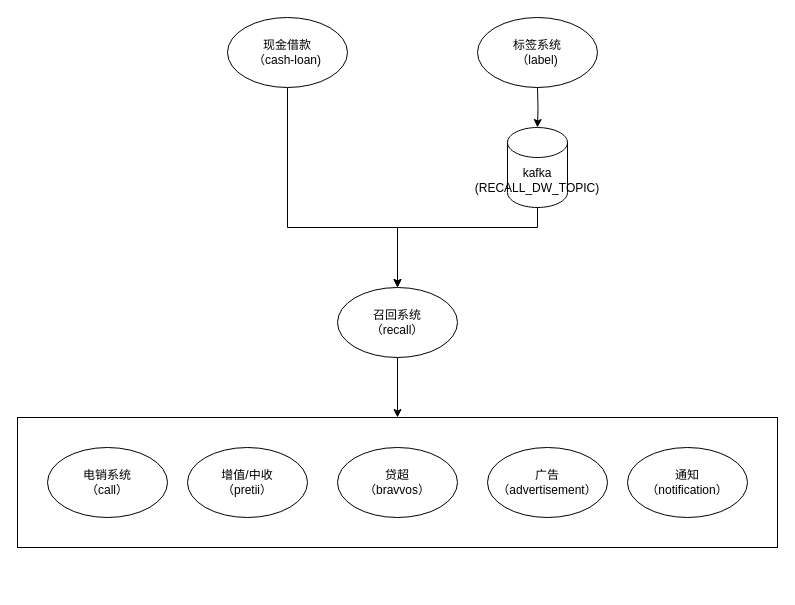
Above: 电销系统-应用架构.drawio in ABIN-DS/flowchart (draw.io), before the change. Source tidied: cells renumbered, new cells numbered last; positions are measured from the earlier drawing's top-left corner, leaving out a move shared by most shapes. Both pictures are drawn from the tidied source at 100%, with x=0, y=0 at pixel (17, 17).
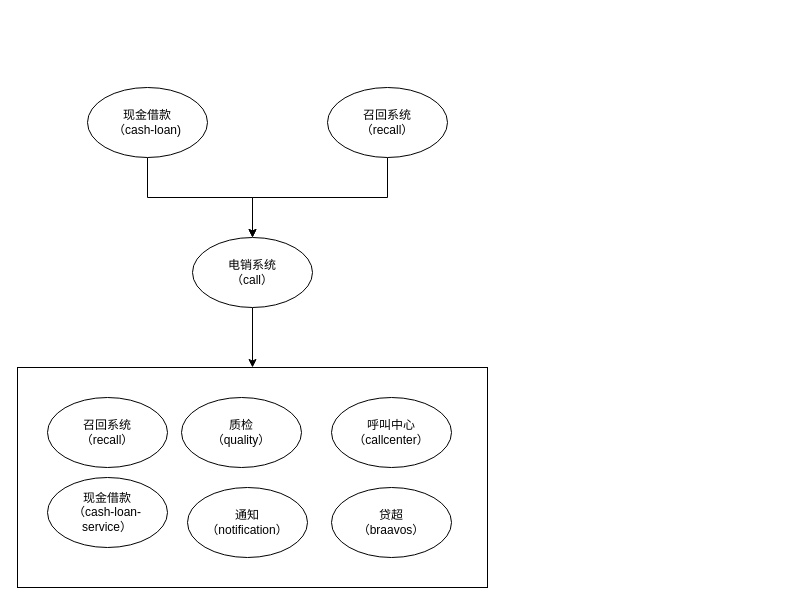
The same page after the edit.

Commit message (it also covers changes not shown here):
更新电销系统-应用架构.drawio

What changed in the source:
```diff
@@
 <mxGraphModel>
   <root>
     <mxCell id="0" />
     <mxCell id="1" parent="0" />
     <mxCell id="2" style="rounded=0;whiteSpace=wrap;html=1;" parent="1" vertex="1">
-      <mxGeometry y="400" width="760" height="130" as="geometry" />
+      <mxGeometry y="350" width="470" height="220" as="geometry" />
     </mxCell>
-    <mxCell id="3" style="edgeStyle=orthogonalEdgeStyle;rounded=0;jettySize=auto;html=1;exitX=0.5;exitY=1;exitDx=0;exitDy=0;" parent="1" edge="1" source="4" target="10">
-      <mxGeometry relative="1" as="geometry">
-        <Array as="points">
-          <mxPoint x="270" y="210" />
-          <mxPoint x="380" y="210" />
-        </Array>
-      </mxGeometry>
+    <mxCell id="3" style="edgeStyle=orthogonalEdgeStyle;rounded=0;jettySize=auto;html=1;entryX=0.5;entryY=0;entryDx=0;entryDy=0;" parent="1" edge="1" source="4" target="10">
+      <mxGeometry relative="1" as="geometry" />
     </mxCell>
     <mxCell id="4" value="现金借款&lt;br&gt;（cash-loan)" style="ellipse;whiteSpace=wrap;html=1;" parent="1" vertex="1">
-      <mxGeometry x="210" width="120" height="70" as="geometry" />
+      <mxGeometry x="70" y="70" width="120" height="70" as="geometry" />
     </mxCell>
-    <mxCell id="5" style="edgeStyle=orthogonalEdgeStyle;rounded=0;jettySize=auto;html=1;" parent="1" edge="1" target="8">
-      <mxGeometry relative="1" as="geometry">
-        <mxPoint x="520" y="70" as="sourcePoint" />
-      </mxGeometry>
-    </mxCell>
+    <mxCell id="16" style="edgeStyle=orthogonalEdgeStyle;rounded=0;jettySize=auto;html=1;exitX=0.5;exitY=1;exitDx=0;exitDy=0;" parent="1" edge="1" source="6" target="10">
+      <mxGeometry relative="1" as="geometry" />
+    </mxCell>
-    <mxCell id="6" value="标签系统&lt;br&gt;（label)" style="ellipse;whiteSpace=wrap;html=1;" parent="1" vertex="1">
-      <mxGeometry x="460" width="120" height="70" as="geometry" />
+    <mxCell id="6" value="召回系统&lt;br&gt;（recall）" style="ellipse;whiteSpace=wrap;html=1;" parent="1" vertex="1">
+      <mxGeometry x="310" y="70" width="120" height="70" as="geometry" />
     </mxCell>
-    <mxCell id="7" style="edgeStyle=orthogonalEdgeStyle;rounded=0;jettySize=auto;html=1;exitX=0.5;exitY=1;exitDx=0;exitDy=0;exitPerimeter=0;" parent="1" edge="1" source="8" target="10">
-      <mxGeometry relative="1" as="geometry">
-        <Array as="points">
-          <mxPoint x="520" y="210" />
-          <mxPoint x="380" y="210" />
-        </Array>
-      </mxGeometry>
-    </mxCell>
-    <mxCell id="8" value="kafka&lt;br&gt;(RECALL_DW_TOPIC&lt;span style=&quot;background-color: initial;&quot;&gt;)&lt;/span&gt;" style="shape=cylinder3;whiteSpace=wrap;html=1;boundedLbl=1;backgroundOutline=1;size=15;" parent="1" vertex="1">
-      <mxGeometry x="490" y="110" width="60" height="80" as="geometry" />
-    </mxCell>
     <mxCell id="9" style="edgeStyle=orthogonalEdgeStyle;rounded=0;jettySize=auto;html=1;entryX=0.5;entryY=0;entryDx=0;entryDy=0;" parent="1" edge="1" source="10" target="2">
       <mxGeometry relative="1" as="geometry" />
     </mxCell>
-    <mxCell id="10" value="召回系统&lt;br&gt;（recall）" style="ellipse;whiteSpace=wrap;html=1;" parent="1" vertex="1">
-      <mxGeometry x="320" y="270" width="120" height="70" as="geometry" />
+    <mxCell id="10" value="电销系统&lt;br&gt;（call）" style="ellipse;whiteSpace=wrap;html=1;" parent="1" vertex="1">
+      <mxGeometry x="175" y="220" width="120" height="70" as="geometry" />
     </mxCell>
-    <mxCell id="11" value="电销系统&lt;br&gt;（call）" style="ellipse;whiteSpace=wrap;html=1;" parent="1" vertex="1">
-      <mxGeometry x="30" y="430" width="120" height="70" as="geometry" />
+    <mxCell id="11" value="召回系统&lt;br&gt;（recall）" style="ellipse;whiteSpace=wrap;html=1;" parent="1" vertex="1">
+      <mxGeometry x="30" y="380" width="120" height="70" as="geometry" />
     </mxCell>
-    <mxCell id="12" value="增值/中收&lt;br&gt;（pretii）" style="ellipse;whiteSpace=wrap;html=1;" parent="1" vertex="1">
-      <mxGeometry x="170" y="430" width="120" height="70" as="geometry" />
-    </mxCell>
-    <mxCell id="13" value="贷超&lt;br&gt;（bravvos）" style="ellipse;whiteSpace=wrap;html=1;" parent="1" vertex="1">
-      <mxGeometry x="320" y="430" width="120" height="70" as="geometry" />
+    <mxCell id="13" value="质检&lt;br&gt;（quality&lt;span style=&quot;background-color: initial;&quot;&gt;）&lt;/span&gt;" style="ellipse;whiteSpace=wrap;html=1;" parent="1" vertex="1">
+      <mxGeometry x="164" y="380" width="120" height="70" as="geometry" />
     </mxCell>
-    <mxCell id="14" value="广告&lt;br&gt;（advertisement）" style="ellipse;whiteSpace=wrap;html=1;" parent="1" vertex="1">
-      <mxGeometry x="470" y="430" width="120" height="70" as="geometry" />
+    <mxCell id="14" value="呼叫中心&lt;br&gt;（callcenter&lt;span style=&quot;background-color: initial;&quot;&gt;）&lt;/span&gt;" style="ellipse;whiteSpace=wrap;html=1;" parent="1" vertex="1">
+      <mxGeometry x="314" y="380" width="120" height="70" as="geometry" />
     </mxCell>
     <mxCell id="15" value="通知&lt;br&gt;（notification）" style="ellipse;whiteSpace=wrap;html=1;" parent="1" vertex="1">
-      <mxGeometry x="610" y="430" width="120" height="70" as="geometry" />
+      <mxGeometry x="170" y="470" width="120" height="70" as="geometry" />
     </mxCell>
+    <mxCell id="17" value="贷超&lt;br&gt;（braavos）" style="ellipse;whiteSpace=wrap;html=1;" parent="1" vertex="1">
+      <mxGeometry x="314" y="470" width="120" height="70" as="geometry" />
+    </mxCell>
+    <mxCell id="18" value="现金借款&lt;br&gt;（cash-loan-service&lt;span style=&quot;background-color: initial;&quot;&gt;）&lt;/span&gt;" style="ellipse;whiteSpace=wrap;html=1;" parent="1" vertex="1">
+      <mxGeometry x="30" y="460" width="120" height="70" as="geometry" />
+    </mxCell>
   </root>
 </mxGraphModel>
```
